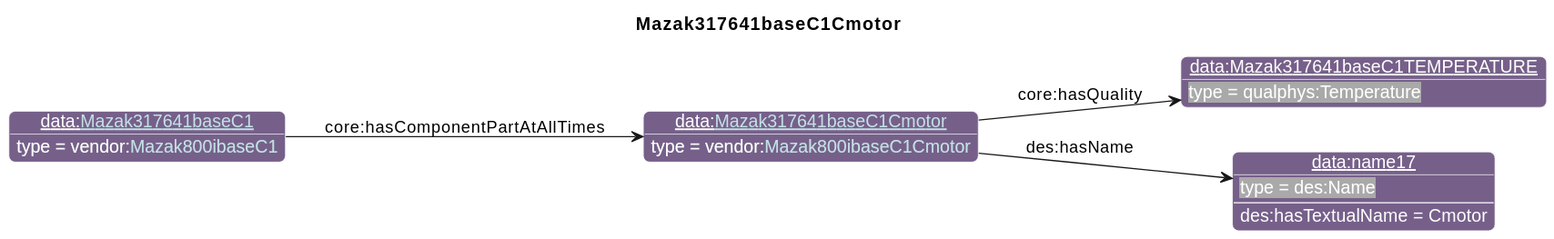
This is diagrams/Mazak317641baseC1Cmotor.svg from iofoundry/example-syseng-mtconnect, a PlantUML export, as it was before one commit. Its diagram source:
```plantuml
@startuml
!include ../iof.iuml

<style>
object {
  HyperlinkColor #C4E1E6
}
</style>

left to right direction
skinparam linetype polyline
title Mazak317641baseC1Cmotor

!$default_direction = down

!$namespace_colors = { "bfo":"DFA702",
                      "iof":"1E90FF",
                      "ns":"Green",
                      "ns1":"76608A",
                      "core":"000000",
                      "ex":"Green",
                      "data":"76608A",
                      "vendor":"76608A",
                      "units":"8A2D3B",
                      "cmns-dsg":"3A0519",
                      "qp":"641B2E"
      }
individual(o0, data:[[./Mazak317641baseC1Cmotor.html Mazak317641baseC1Cmotor]], vendor:[[../Mazak.html#Mazak800ibaseC1Cmotor Mazak800ibaseC1Cmotor]])
individual(o1, data:Mazak317641baseC1TEMPERATURE, qualphys:Temperature)
individual(o2, data:name17, des:Name)
individual(o3, data:[[./Mazak317641baseC1.html Mazak317641baseC1]], vendor:[[../Mazak.html#Mazak800ibaseC1 Mazak800ibaseC1]])
property(o0, "core:hasQuality", o1)
property(o0, "des:hasName", o2)
data(o2, "des:hasTextualName", "Cmotor")
property(o3, "core:hasComponentPartAtAllTimes", o0)
@enduml
```
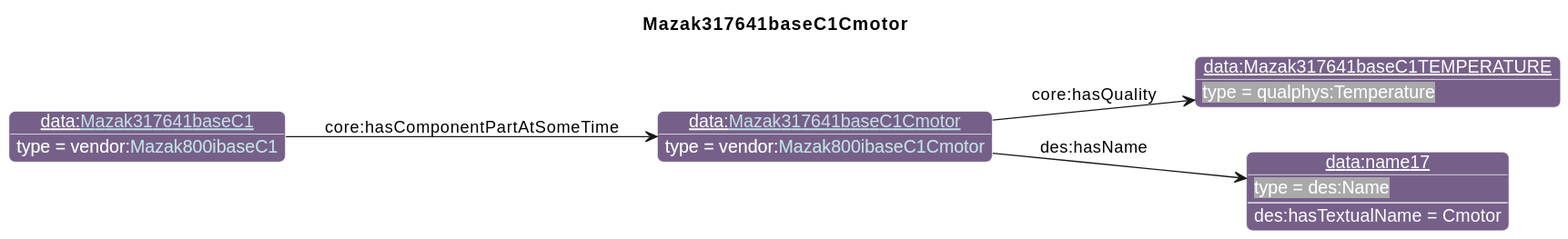
The same diagram one commit later.

The edit, as a diff of the source:
```diff
@@ -32,5 +32,5 @@
 property(o0, "core:hasQuality", o1)
 property(o0, "des:hasName", o2)
 data(o2, "des:hasTextualName", "Cmotor")
-property(o3, "core:hasComponentPartAtAllTimes", o0)
+property(o3, "core:hasComponentPartAtSomeTime", o0)
 @enduml
```
